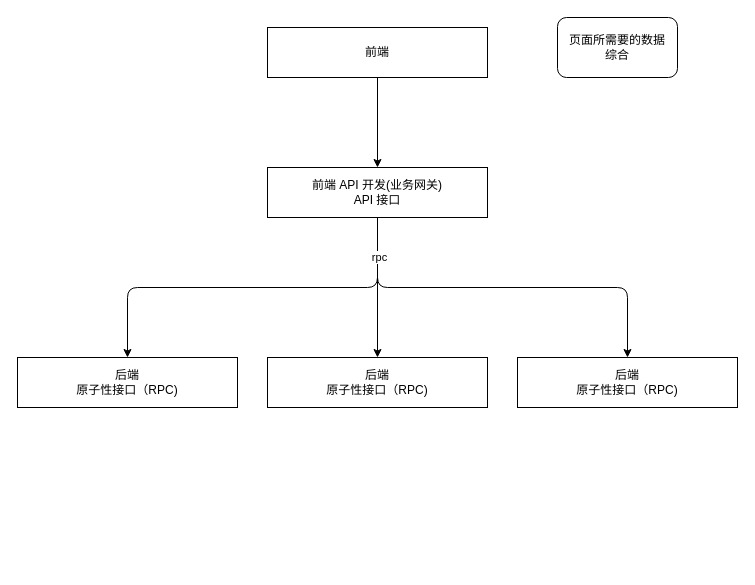
Earlier version of the draw.io diagram docs/gateway_arch.drawio (is-Xiaoen/DevCloud). Source tidied: cells renumbered, new cells numbered last; positions are measured from the earlier drawing's top-left corner, leaving out a move shared by most shapes. Both pictures are drawn from the tidied source at 100%, with x=0, y=0 at pixel (17, 17).
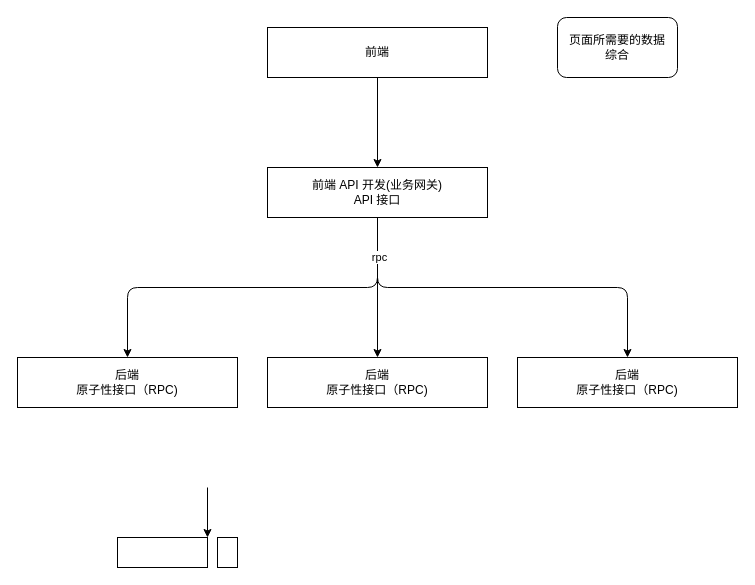
After the change.

Diff of the diagram source:
```diff
@@
 <mxGraphModel>
   <root>
     <mxCell id="0" />
     <mxCell id="1" parent="0" />
     <mxCell id="2" value="前端" style="rounded=0;whiteSpace=wrap;html=1;" parent="1" vertex="1">
       <mxGeometry x="250" y="10" width="220" height="50" as="geometry" />
     </mxCell>
     <mxCell id="3" style="edgeStyle=orthogonalEdgeStyle;html=1;exitX=0.5;exitY=1;exitDx=0;exitDy=0;entryX=0.5;entryY=0;entryDx=0;entryDy=0;" parent="1" edge="1" source="7" target="9">
       <mxGeometry relative="1" as="geometry" />
     </mxCell>
     <mxCell id="4" style="edgeStyle=orthogonalEdgeStyle;html=1;exitX=0.5;exitY=1;exitDx=0;exitDy=0;entryX=0.5;entryY=0;entryDx=0;entryDy=0;" parent="1" edge="1" source="7" target="10">
       <mxGeometry relative="1" as="geometry" />
     </mxCell>
     <mxCell id="5" style="edgeStyle=orthogonalEdgeStyle;html=1;exitX=0.5;exitY=1;exitDx=0;exitDy=0;entryX=0.5;entryY=0;entryDx=0;entryDy=0;" parent="1" edge="1" source="7" target="11">
       <mxGeometry relative="1" as="geometry" />
     </mxCell>
     <mxCell id="6" value="rpc" style="edgeLabel;html=1;align=center;verticalAlign=middle;" parent="5" vertex="1">
       <mxGeometry x="-0.8" y="1" relative="1" as="geometry" />
     </mxCell>
     <mxCell id="7" value="前端 API 开发(业务网关)&lt;div&gt;API 接口&lt;/div&gt;" style="rounded=0;whiteSpace=wrap;html=1;" parent="1" vertex="1">
       <mxGeometry x="250" y="150" width="220" height="50" as="geometry" />
     </mxCell>
     <mxCell id="8" value="页面所需要的数据&lt;div&gt;综合&lt;/div&gt;" style="rounded=1;whiteSpace=wrap;html=1;" parent="1" vertex="1">
       <mxGeometry x="540" width="120" height="60" as="geometry" />
     </mxCell>
     <mxCell id="9" value="后端&lt;div&gt;原子性接口（RPC)&lt;/div&gt;" style="rounded=0;whiteSpace=wrap;html=1;" parent="1" vertex="1">
       <mxGeometry y="340" width="220" height="50" as="geometry" />
     </mxCell>
     <mxCell id="10" value="后端&lt;div&gt;原子性接口（RPC)&lt;/div&gt;" style="rounded=0;whiteSpace=wrap;html=1;" parent="1" vertex="1">
       <mxGeometry x="250" y="340" width="220" height="50" as="geometry" />
     </mxCell>
     <mxCell id="11" value="后端&lt;div&gt;原子性接口（RPC)&lt;/div&gt;" style="rounded=0;whiteSpace=wrap;html=1;" parent="1" vertex="1">
       <mxGeometry x="500" y="340" width="220" height="50" as="geometry" />
     </mxCell>
     <mxCell id="12" style="edgeStyle=none;html=1;exitX=0.5;exitY=1;exitDx=0;exitDy=0;entryX=0.5;entryY=0;entryDx=0;entryDy=0;" parent="1" edge="1" source="2" target="7">
       <mxGeometry relative="1" as="geometry" />
     </mxCell>
+    <mxCell id="13" style="rounded=0;whiteSpace=wrap;html=1;" parent="1" vertex="1">
+      <mxGeometry x="100" y="520" width="90" height="30" as="geometry" />
+    </mxCell>
+    <mxCell id="14" style="rounded=0;whiteSpace=wrap;html=1;" parent="1" vertex="1">
+      <mxGeometry x="200" y="520" width="20" height="30" as="geometry" />
+    </mxCell>
+    <mxCell id="15" style="endArrow=classic;html=1;entryX=1;entryY=0;entryDx=0;entryDy=0;" parent="1" edge="1" target="13">
+      <mxGeometry relative="1" as="geometry">
+        <mxPoint x="190" y="470" as="sourcePoint" />
+      </mxGeometry>
+    </mxCell>
   </root>
 </mxGraphModel>
```
